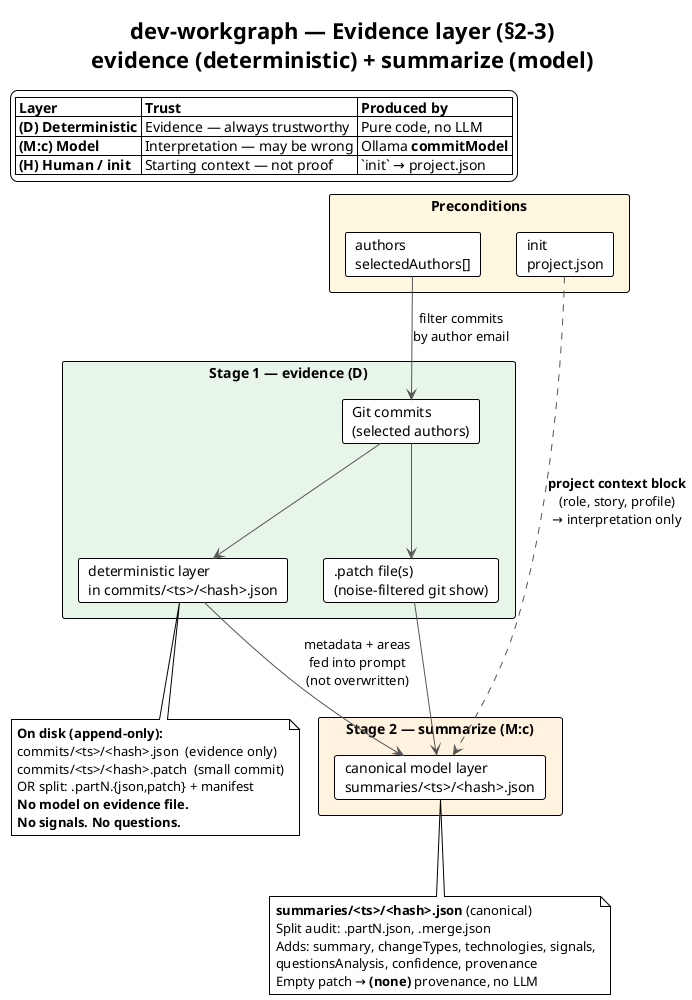
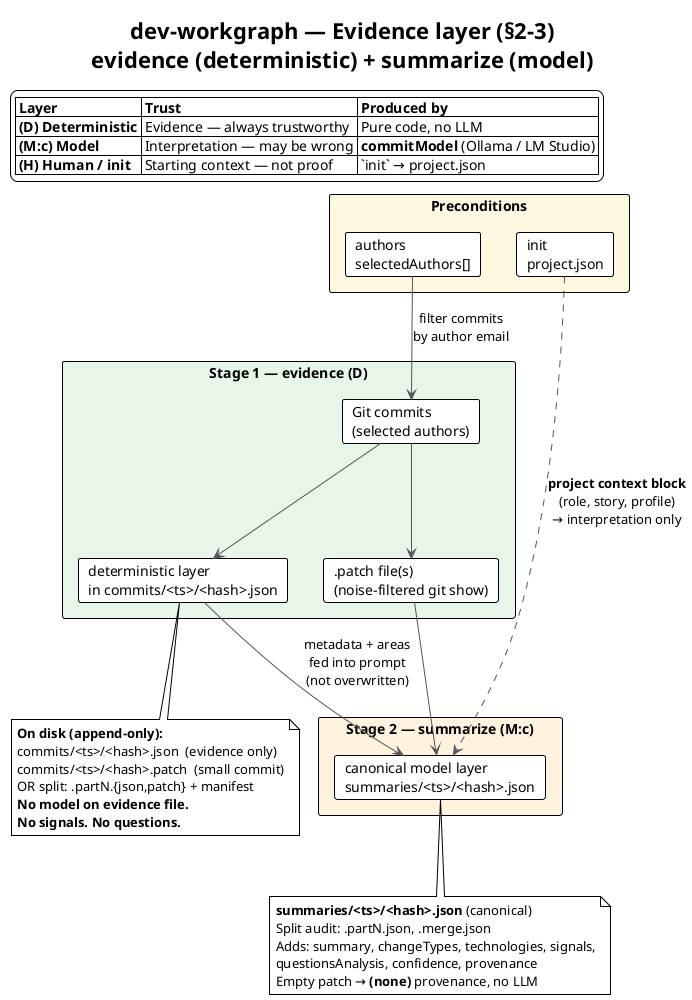
@startuml evidence-overview
!theme plain
skinparam shadowing false
skinparam ArrowColor #555555

title dev-workgraph — Evidence layer (§2–3)\n**evidence** (deterministic) + **summarize** (model)

legend top left
  |= Layer |= Trust |= Produced by |
  | **(D) Deterministic** | Evidence — always trustworthy | Pure code, no LLM |
-   | **(M:c) Model** | Interpretation — may be wrong | Ollama **commitModel** |
+   | **(M:c) Model** | Interpretation — may be wrong | **commitModel** (Ollama / LM Studio) |
  | **(H) Human / init** | Starting context — not proof | `init` → project.json |
endlegend

rectangle "**Preconditions**" #FFF8E1 {
  card "authors\nselectedAuthors[]" as AUTH
  card "init\nproject.json" as INIT
}

rectangle "**Stage 1 — evidence (D)**" #E8F5E9 {
  card "Git commits\n(selected authors)" as GIT
  card ".patch file(s)\n(noise-filtered git show)" as PATCH
  card "deterministic layer\nin commits/<ts>/<hash>.json" as DET
}

rectangle "**Stage 2 — summarize (M:c)**" as SUMBOX #FFF3E0 {
  card "canonical model layer\nsummaries/<ts>/<hash>.json" as MOD
}

AUTH --> GIT : filter commits\nby author email
INIT ..> MOD : **project context block**\n(role, story, profile)\n→ interpretation only

GIT --> PATCH
GIT --> DET
PATCH --> MOD
DET --> MOD : metadata + areas\nfed into prompt\n(not overwritten)

note bottom of DET
  **On disk (append-only):**
  commits/<ts>/<hash>.json  (evidence only)
  commits/<ts>/<hash>.patch  (small commit)
  OR split: .partN.{json,patch} + manifest
  **No model on evidence file.**
  **No signals. No questions.**
end note

note bottom of MOD
  **summaries/<ts>/<hash>.json** (canonical)
  Split audit: .partN.json, .merge.json
  Adds: summary, changeTypes, technologies, signals,
  questionsAnalysis, confidence, provenance
  Empty patch → **(none)** provenance, no LLM
end note

@enduml


@startuml evidence-command
!theme plain
skinparam shadowing false
skinparam ActivityBorderColor #888888
skinparam NoteBackgroundColor #E8F5E9

title **evidence** — Deterministic extraction (§2)\nNo LLM · no signals · no questions

start

:Resolve repository → repo-id;

:Load **selectedAuthors[]**\nfrom config (or --email override);

if (No authors?) then (yes)
  #Pink:Error — run `authors` first;
  stop
else (no)
endif

if (--period <id>?) then (yes)
  :Resolve [from, to) from config;\nFilter commits by **author timestamp** ∈ window;
  :Output dir:\nperiods/<id>/commits/;
else (no)
  :All-time commits;
  :Output dir:\ncommits/;
endif

:`getCommits(repo, emails, range)`\n**oldest first**, no merges;

partition "Per commit — **all deterministic (D)**" {
  if (patch + json exist?) then (yes)
    :Skip (append-only);
  else (no)
    :Read patch from git show;

    partition "Noise filter (D)" {
      :**filterPatchNoise** — ignore profiles;
      note right
        node_modules, dist, build, lockfiles, …
        → **excludedFiles[]** (disclosed)
        Patch may be header-only if all noise
      end note
    }

    partition "Area detection (D)" {
      :**area** = first path segment\n(non-noise files only);
      note right: commit.areas = unique set
    }

    :Build **deterministic** layer;
    note right
      changedFiles (non-noise only)
      linesAdded / linesDeleted
      importantFolders[], areas[], excludedFiles[]
    end note

    if (filtered patch ≤ 24k chars?) then (yes)
      :Write **<hash>.patch** + **<hash>.json**;
    else (no)
      :**packPatchIntoParts** → N slices;
      :Write manifest **<hash>.json**\n(split, partCount, full deterministic);
      :Write **<hash>.partN.{json,patch}**\nscoped deterministic per part;
      note right
        No monolithic <hash>.patch
        Oversized single file → patchTruncated on part
      end note
    endif
  endif
}

#LightGreen:✅ Evidence extracted;

floating note left
  **May run without init** — deterministic layer is complete alone.
  **Requires authors** — only selected emails are exported.
  MVP minimum success: deterministic layer alone can pass criteria
  even if summarize never runs.
end note

stop

@enduml


@startuml evidence-summarize
!theme plain
skinparam shadowing false

title **summarize** moved to **summarize.puml**\nSee: overview, command, split 6-step flow, empty patch skip

note as N
  **Canonical output:** summaries/<ts>/<hash>.json
  **Evidence stays in:** commits/<ts>/…
  **Split:** parts → merge → finalize (3× LLM) → canonical
  **Empty patch:** provenance.model = **(none)**, no LLM
end note

@enduml


@startuml evidence-commit-record
!theme plain
skinparam shadowing false
skinparam classBackgroundColor #FAFAFA

title Commit evidence manifest — deterministic only\n`commits/<timestamp>/<hash>.json` · model in **summaries/**

class "CommitEvidenceRecord\n(written by evidence)" as CR #E8F5E9 {
  **Identity (D — from Git)**
  --
  commitHash : string
  timestamp : number
  title : string
  author : string
  --
  split : boolean **(optional)**
  partCount : number **(when split)**
  --
  deterministic : DeterministicLayer
}

class "DeterministicLayer\n**(D) evidence**" as DET #E8F5E9 {
  changedFiles.*[]  **non-noise only**
  linesAdded / linesDeleted
  importantFolders[] / areas[]
  excludedFiles[] : noise disclosure
}

class "Patch sidecar(s)" as PATCH #E3F2FD {
  <hash>.patch  **small commit**
  OR <hash>.partN.patch  **split**
}

CR *-- DET
CR .. PATCH : same folder

note right of DET
  Noise filtered **before** write/split.
  All-noise commit: empty changedFiles,
  excludedFiles populated, patch header-only.
end note

note bottom of CR
  **summarize** writes **summaries/<ts>/<hash>.json**
  (canonical model layer). Evidence file unchanged.
end note

@enduml


@startuml evidence-init-context
!theme plain
skinparam shadowing false

title **evidence** does not use init context\n(init applies only to **summarize**, not to extraction)

package "init → project.json" #FFF8E1 {
  [role, story, profile] as INIT
}

package "**evidence (D)** — no init" #E8F5E9 {
  [Git log + selected authors] as GIT
  [patch via git show] as PATCH
  [deterministic layer] as DET
}

package "**summarize (M:c)** — uses init" #FFF3E0 {
  [project context block → system prompt] as BLOCK
  [model layer in summaries/] as MOD
}

INIT -[hidden]-> GIT
GIT --> PATCH
PATCH --> DET

INIT ..> BLOCK : only here
DET ..> MOD : read by summarize,\nnot modified by init

note bottom of DET
  **evidence** runs with authors only.
  project.json optional during extraction.
  Model → **summaries/** not commits/.
end note

@enduml


@startuml evidence-signals
!theme plain
skinparam shadowing false
skinparam NoteBackgroundColor #FFF3E0

title **Signals** at commit level — appear in **summarize**, not in **evidence**

rectangle "Three coarse signals (M:c)\n**no numeric scores**" as SIG #FFF3E0 {
  card "**technicalSignal**\ndepth / complexity\nof the change" as TS
  card "**architectureSignal**\nstructure, boundaries,\nmodules, system design" as AS
  card "**securitySignal**\nauthn, authz, identity,\ndata protection, permissions" as SS
}

rectangle "Rules" as RULES {
  card "Each value: **low | medium | high**" as R1
  card "Non-low **requires** one-line\n**signalReasons.*** grounded in patch" as R2
  card "**enforceSignalReasons (D):**\nsignal without reason → **low**" as R3
}

SIG --> RULES

rectangle "Downstream (later stages)" as DOWN #E3F2FD {
  card "commit-group **groups.tiers**\n(D partition from per-commit signals)" as TIER
  card "group / report fold\naggregates signals" as AGG
}

SIG --> DOWN

note bottom
  **evidence** writes none of this — only patch + deterministic JSON.
  Signals are produced later by **summarize** (commitModel).
end note

@enduml


@startuml evidence-sequence
!theme plain
skinparam shadowing false

title Sequence — **evidence** (deterministic only)

actor "Developer" as DEV
participant "Git repo" as GIT
database "config.json\nauthors" as CFG
participant "**evidence**\n(D)" as EVID
database "commits/<ts>/\n.hash.patch + .json" as DISK

DEV -> EVID : dev-workgraph evidence ./repo\n[--period]

EVID -> CFG : selectedAuthors[]
EVID -> GIT : log + show patches\n(filter by email [, date window])

loop each commit (oldest first)
  EVID -> EVID : filterPatchNoise,\nareas, churn, split if >24k
  EVID -> DISK : write commits/<ts>/\n.patch or .partN + .json
end

EVID --> DEV : extracted / skipped counts

note over DISK
-   Evidence only — no Ollama.
+   Evidence only — no LLM backend call.
  **summarize** reads commits/ + writes summaries/.
end note

@enduml


@startuml evidence-trust-boundary
!theme plain
skinparam shadowing false

title Trust boundary — what **evidence** produces (§2)

legend left
  **evidence (D) outputs**
  ----
  .patch file — git show --format=fuller --find-renames
  .json identity — commitHash, timestamp, title, author
  .json deterministic — changedFiles, linesAdded/Deleted
  .json deterministic — importantFolders, areas, excludedFiles
  optional split: partCount, .partN.{json,patch}
  **no model on evidence file** — see summaries/
endlegend

floating note left
  Interpretation lives in **summaries/<ts>/<hash>.json**.
  **evidence** alone is complete deterministic evidence.
end note

@enduml
